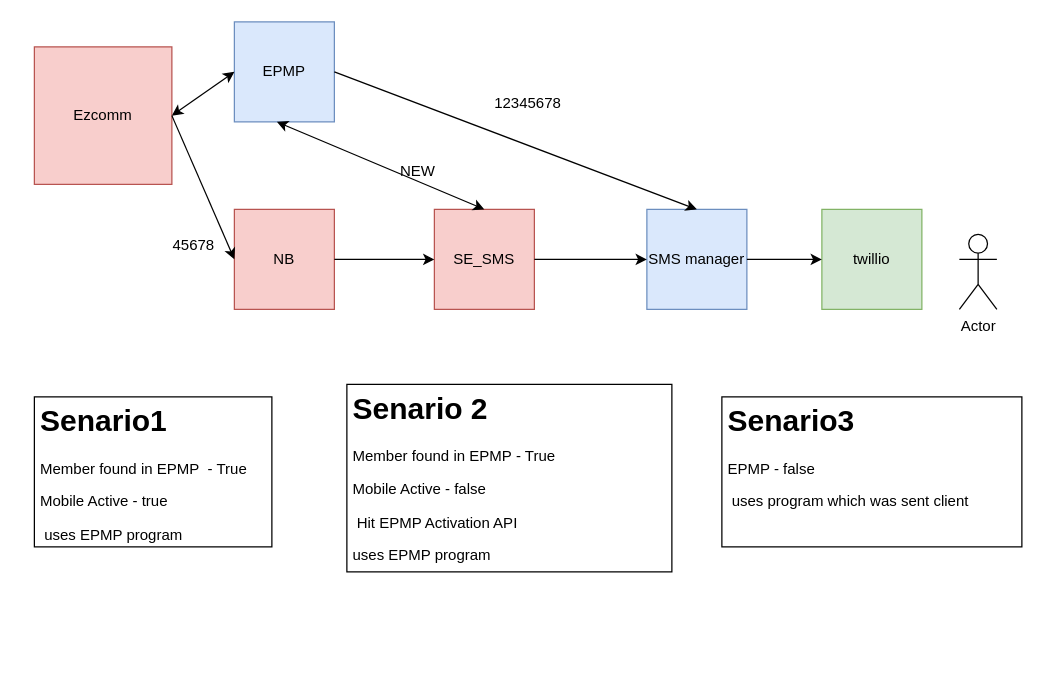
The draw.io diagram Ezcomm-SMS-Flow.drawio in rachakondaharish/DrawIo, before the edit. Source tidied: cells renumbered, new cells numbered last; positions are measured from the earlier drawing's top-left corner, leaving out a move shared by most shapes. Both pictures are drawn from the tidied source at 125%, with x=0, y=0 at pixel (34, 21).
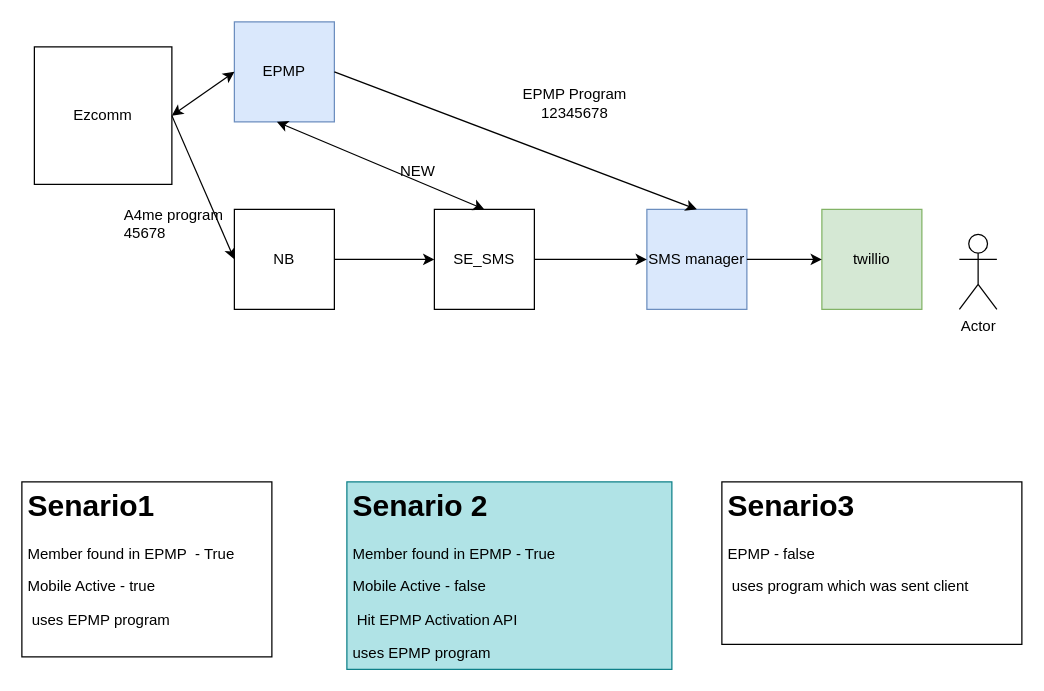
After the change.

Change to the diagram source:
```diff
@@
-    <mxCell id="3" value="NB" style="whiteSpace=wrap;html=1;fillColor=#f8cecc;strokeColor=#b85450;" parent="1" vertex="1">
+    <mxCell id="3" value="NB" style="whiteSpace=wrap;html=1;" parent="1" vertex="1">
       <mxGeometry x="160" y="150" width="80" height="80" as="geometry" />
     </mxCell>
-    <mxCell id="4" value="SE_SMS" style="whiteSpace=wrap;html=1;fillColor=#f8cecc;strokeColor=#b85450;" parent="1" vertex="1">
+    <mxCell id="4" value="SE_SMS" style="whiteSpace=wrap;html=1;" parent="1" vertex="1">
       <mxGeometry x="320" y="150" width="80" height="80" as="geometry" />
     </mxCell>
@@
-    <mxCell id="7" value="Ezcomm" style="whiteSpace=wrap;html=1;fillColor=#f8cecc;strokeColor=#b85450;" parent="1" vertex="1">
+    <mxCell id="7" value="Ezcomm" style="whiteSpace=wrap;html=1;" parent="1" vertex="1">
       <mxGeometry y="20" width="110" height="110" as="geometry" />
     </mxCell>
@@
-    <mxCell id="15" value="12345678" style="text;html=1;strokeColor=none;fillColor=none;align=center;verticalAlign=middle;whiteSpace=wrap;rounded=0;" parent="1" vertex="1">
-      <mxGeometry x="375" y="55" width="40" height="20" as="geometry" />
+    <mxCell id="15" value="EPMP Program 12345678" style="text;html=1;strokeColor=none;fillColor=none;align=center;verticalAlign=middle;whiteSpace=wrap;rounded=0;" parent="1" vertex="1">
+      <mxGeometry x="375" y="55" width="115" height="20" as="geometry" />
     </mxCell>
-    <mxCell id="16" value="45678" style="text;html=1;align=left;verticalAlign=top;spacingTop=-4;" parent="1" vertex="1">
-      <mxGeometry x="109" y="169" width="50" height="20" as="geometry" />
+    <mxCell id="16" value="A4me program&lt;br&gt;45678" style="text;html=1;align=left;verticalAlign=top;spacingTop=-4;" parent="1" vertex="1">
+      <mxGeometry x="70" y="145" width="90" height="30" as="geometry" />
     </mxCell>
@@
     <mxCell id="19" value="&lt;h1&gt;Senario1&amp;nbsp;&lt;/h1&gt;&lt;p&gt;Member found in EPMP&amp;nbsp; - True&amp;nbsp;&lt;/p&gt;&lt;p&gt;Mobile Active - true&amp;nbsp;&lt;/p&gt;&lt;p&gt;&amp;nbsp;uses EPMP program&amp;nbsp;&lt;/p&gt;" style="text;html=1;strokeColor=#000000;fillColor=none;spacing=5;spacingTop=-20;whiteSpace=wrap;overflow=hidden;rounded=0;" parent="1" vertex="1">
-      <mxGeometry y="300" width="190" height="120" as="geometry" />
+      <mxGeometry x="-10" y="368" width="200" height="140" as="geometry" />
     </mxCell>
-    <mxCell id="20" value="&lt;h1&gt;Senario 2&amp;nbsp;&lt;/h1&gt;Member found in EPMP&amp;nbsp;&lt;span&gt;- True&amp;nbsp;&lt;/span&gt;&lt;br&gt;&lt;p&gt;Mobile Active - false&amp;nbsp;&amp;nbsp;&lt;/p&gt;&lt;p&gt;&amp;nbsp;Hit EPMP Activation API&lt;/p&gt;&lt;p&gt;uses EPMP program&amp;nbsp;&lt;/p&gt;" style="text;html=1;strokeColor=#000000;fillColor=none;spacing=5;spacingTop=-20;whiteSpace=wrap;overflow=hidden;rounded=0;" parent="1" vertex="1">
-      <mxGeometry x="250" y="290" width="260" height="150" as="geometry" />
+    <mxCell id="20" value="&lt;h1&gt;Senario 2&amp;nbsp;&lt;/h1&gt;Member found in EPMP&amp;nbsp;&lt;span&gt;- True&amp;nbsp;&lt;/span&gt;&lt;br&gt;&lt;p&gt;Mobile Active - false&amp;nbsp;&amp;nbsp;&lt;/p&gt;&lt;p&gt;&amp;nbsp;Hit EPMP Activation API&lt;/p&gt;&lt;p&gt;uses EPMP program&amp;nbsp;&lt;/p&gt;" style="text;html=1;strokeColor=#0e8088;fillColor=#b0e3e6;spacing=5;spacingTop=-20;whiteSpace=wrap;overflow=hidden;rounded=0;" parent="1" vertex="1">
+      <mxGeometry x="250" y="368" width="260" height="150" as="geometry" />
     </mxCell>
     <mxCell id="21" value="&lt;h1&gt;Senario3&amp;nbsp;&lt;/h1&gt;&lt;p&gt;EPMP - false&amp;nbsp;&lt;span&gt;&amp;nbsp;&lt;/span&gt;&lt;/p&gt;&lt;p&gt;&amp;nbsp;uses program which was sent client&amp;nbsp;&lt;/p&gt;" style="text;html=1;strokeColor=#000000;fillColor=none;spacing=5;spacingTop=-20;whiteSpace=wrap;overflow=hidden;rounded=0;" parent="1" vertex="1">
-      <mxGeometry x="550" y="300" width="240" height="120" as="geometry" />
+      <mxGeometry x="550" y="368" width="240" height="130" as="geometry" />
     </mxCell>
```
